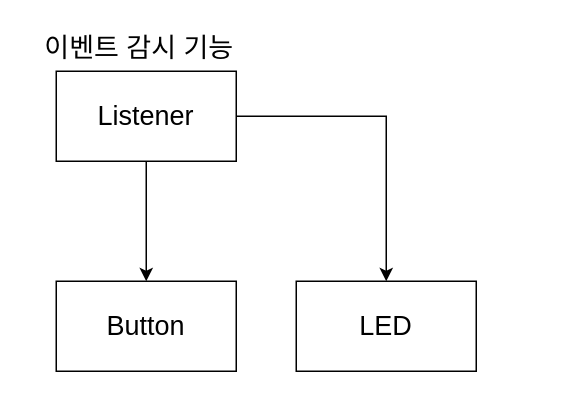
This is page "페이지-2" (2 of 2) of sw_design/architecture.drawio from Kang9609/StandLight-1, a draw.io file, before an edit. Source tidied: cells renumbered, new cells numbered last; positions are measured from the earlier drawing's top-left corner, leaving out a move shared by most shapes. Both pictures are drawn from the tidied source at 150%, with x=0, y=0 at pixel (26, 26).
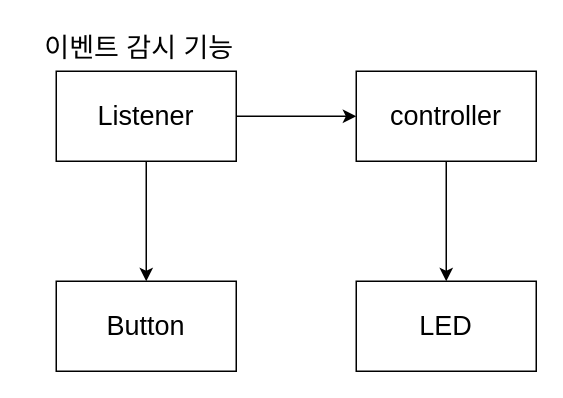
The same page after the edit.

Commit message (it also covers changes not shown here):
Controller Object 추가

The edit, as a diff of the source:
```diff
@@
 <mxGraphModel>
   <root>
     <mxCell id="0" />
     <mxCell id="1" parent="0" />
     <mxCell id="2" value="Button" style="whiteSpace=wrap;html=1;fontSize=18;" parent="1" vertex="1">
       <mxGeometry x="20" y="170" width="120" height="60" as="geometry" />
     </mxCell>
     <mxCell id="3" style="edgeStyle=none;html=1;fontSize=18;" parent="1" edge="1" source="5" target="2">
       <mxGeometry relative="1" as="geometry" />
     </mxCell>
-    <mxCell id="4" style="edgeStyle=orthogonalEdgeStyle;rounded=0;html=1;fontSize=18;" parent="1" edge="1" source="5" target="6">
-      <mxGeometry relative="1" as="geometry" />
-    </mxCell>
+    <mxCell id="8" style="edgeStyle=orthogonalEdgeStyle;rounded=0;html=1;exitX=1;exitY=0.5;exitDx=0;exitDy=0;fontSize=18;" parent="1" edge="1" source="5" target="10">
+      <mxGeometry relative="1" as="geometry" />
+    </mxCell>
     <mxCell id="5" value="Listener" style="whiteSpace=wrap;html=1;fontSize=18;" parent="1" vertex="1">
       <mxGeometry x="20" y="30" width="120" height="60" as="geometry" />
     </mxCell>
     <mxCell id="6" value="LED" style="whiteSpace=wrap;html=1;fontSize=18;" parent="1" vertex="1">
-      <mxGeometry x="180" y="170" width="120" height="60" as="geometry" />
+      <mxGeometry x="220" y="170" width="120" height="60" as="geometry" />
     </mxCell>
     <mxCell id="7" value="이벤트 감시 기능" style="text;html=1;align=center;verticalAlign=middle;strokeColor=none;fillColor=none;fontSize=18;" parent="1" vertex="1">
       <mxGeometry width="150" height="30" as="geometry" />
     </mxCell>
+    <mxCell id="9" style="edgeStyle=orthogonalEdgeStyle;rounded=0;html=1;exitX=0.5;exitY=1;exitDx=0;exitDy=0;entryX=0.5;entryY=0;entryDx=0;entryDy=0;fontSize=18;" parent="1" edge="1" source="10" target="6">
+      <mxGeometry relative="1" as="geometry" />
+    </mxCell>
+    <mxCell id="10" value="controller" style="whiteSpace=wrap;html=1;fontSize=18;" parent="1" vertex="1">
+      <mxGeometry x="220" y="30" width="120" height="60" as="geometry" />
+    </mxCell>
   </root>
 </mxGraphModel>
```
